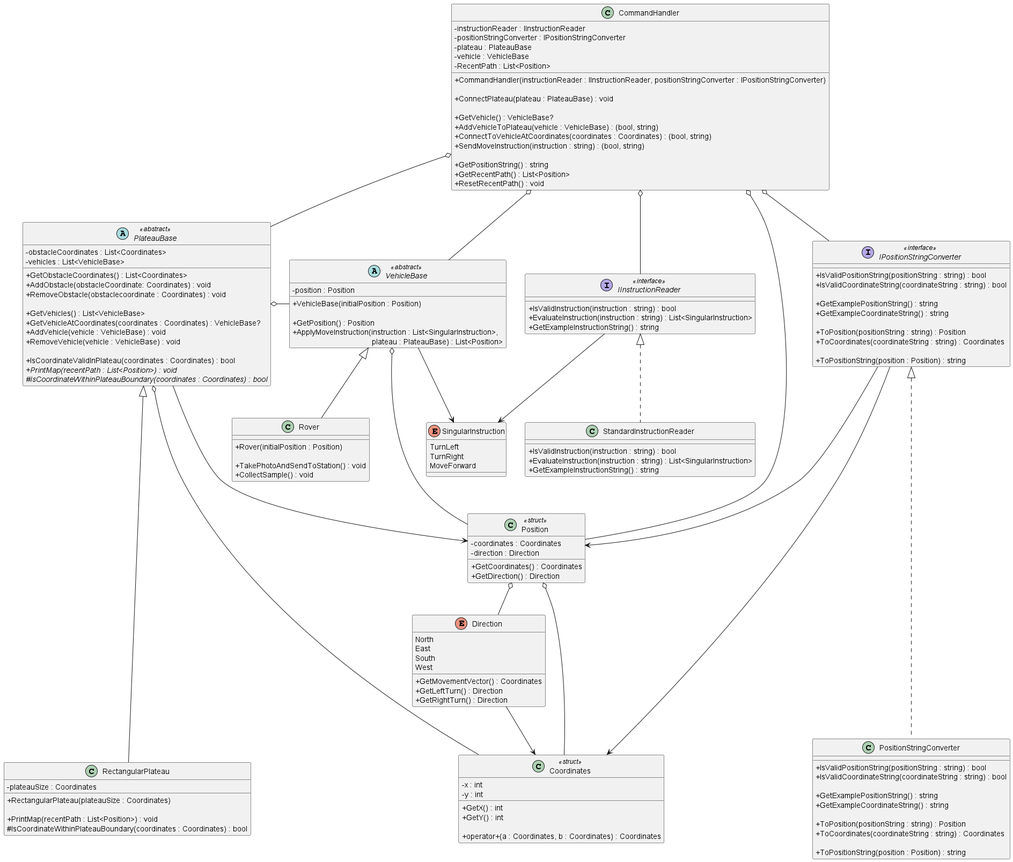
This is diagrams/Mars Rover Challenge.png from iamfranco/MarsRoverChallenge, a PlantUML export, as it was before one commit.
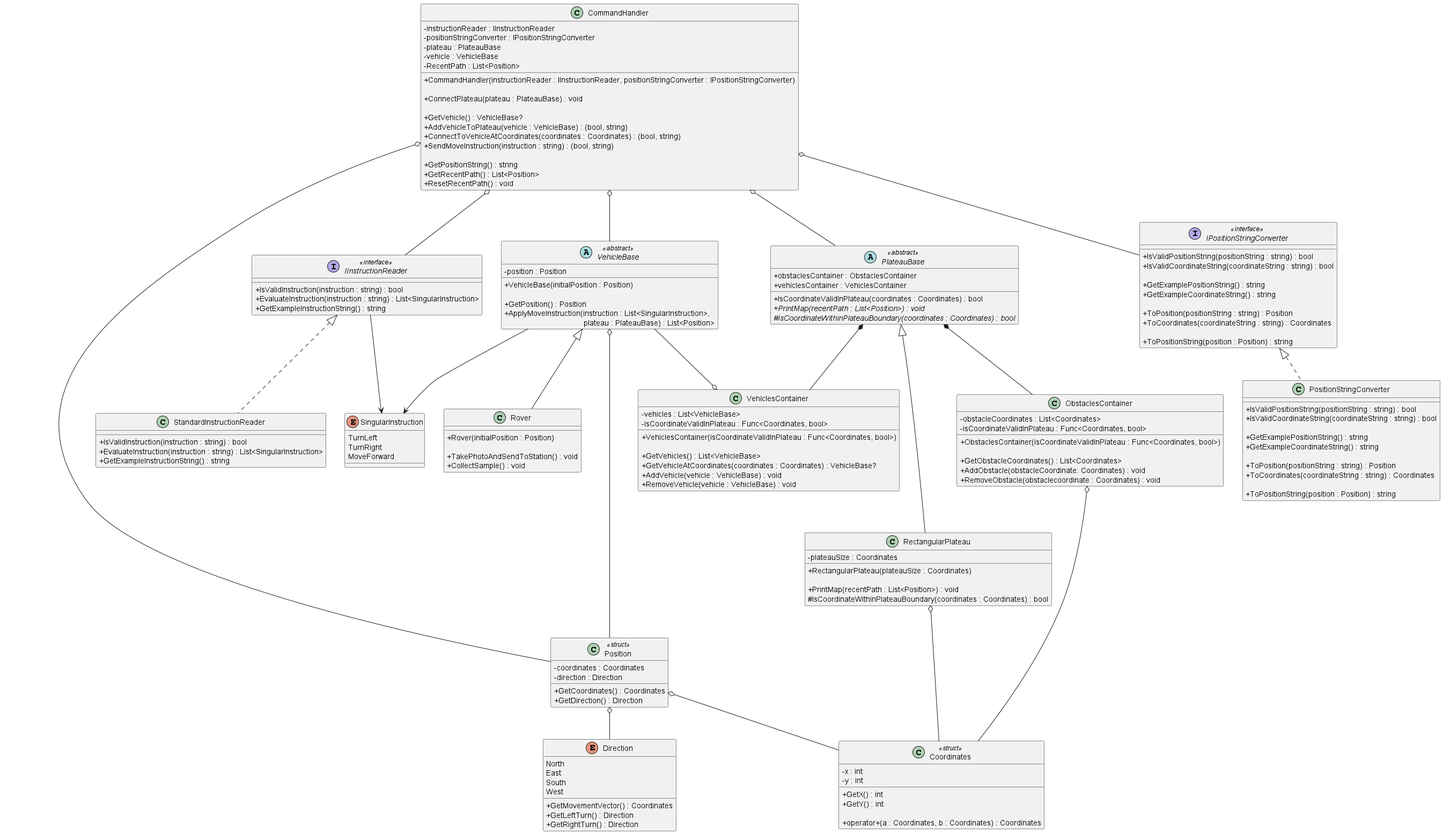
Above is the later version.

Commit message:
UML: add ObstaclesContainer and VehiclesContainer classes, move methods from PlateauBase into them, remove association arrows for simple method parameter types dependencies

Diff of the diagram source:
```diff
@@ -46,21 +46,37 @@
 
 abstract PlateauBase <<abstract>>
 {
+  + obstaclesContainer : ObstaclesContainer
+  + vehiclesContainer : VehiclesContainer
+
+  + IsCoordinateValidInPlateau(coordinates : Coordinates) : bool
+  {abstract} + PrintMap(recentPath : List<Position>) : void
+  {abstract} # IsCoordinateWithinPlateauBoundary(coordinates : Coordinates) : bool
+}
+
+class ObstaclesContainer
+{
   - obstacleCoordinates : List<Coordinates>
-  - vehicles : List<VehicleBase>
+  - isCoordinateValidInPlateau : Func<Coordinates, bool>
+
+  + ObstaclesContainer(isCoordinateValidInPlateau : Func<Coordinates, bool>)
 
   + GetObstacleCoordinates() : List<Coordinates>
   + AddObstacle(obstacleCoordinate: Coordinates) : void
   + RemoveObstacle(obstaclecoordinate : Coordinates) : void
+}
+
+class VehiclesContainer
+{
+  - vehicles : List<VehicleBase>
+  - isCoordinateValidInPlateau : Func<Coordinates, bool>
+
+  + VehiclesContainer(isCoordinateValidInPlateau : Func<Coordinates, bool>)
 
   + GetVehicles() : List<VehicleBase>
   + GetVehicleAtCoordinates(coordinates : Coordinates) : VehicleBase?
   + AddVehicle(vehicle : VehicleBase) : void
   + RemoveVehicle(vehicle : VehicleBase) : void
-
-   + IsCoordinateValidInPlateau(coordinates : Coordinates) : bool
-  {abstract} + PrintMap(recentPath : List<Position>) : void
-  {abstract} # IsCoordinateWithinPlateauBoundary(coordinates : Coordinates) : bool
 }
 
 class RectangularPlateau
@@ -155,27 +171,28 @@
 CommandHandler o-- IPositionStringConverter
 CommandHandler o-- PlateauBase
 CommandHandler o-- VehicleBase
-CommandHandler o---- Position
+CommandHandler o----- Position
 
-IInstructionReader --> SingularInstruction
 IInstructionReader <|.. StandardInstructionReader
 
 VehicleBase <|-- Rover
-VehicleBase --> SingularInstruction
 VehicleBase o--- Position
 
-IPositionStringConverter <|..... PositionStringConverter
-IPositionStringConverter ---> Position
-IPositionStringConverter ---> Coordinates
+IPositionStringConverter <|.. PositionStringConverter
 
-PlateauBase <|----- RectangularPlateau
-PlateauBase --> Position
-PlateauBase o-- Coordinates
-PlateauBase o- VehicleBase
+PlateauBase *-- ObstaclesContainer
+PlateauBase *-- VehiclesContainer
+PlateauBase <|--- RectangularPlateau
 
-Direction --> Coordinates
+ObstaclesContainer o---- Coordinates
+VehiclesContainer o-u- VehicleBase
 
 Position o-- Direction
 Position o-- Coordinates
 
+IInstructionReader --> SingularInstruction
+VehicleBase --> SingularInstruction
+
+RectangularPlateau o-[norank]- Coordinates
+
 @enduml
```
